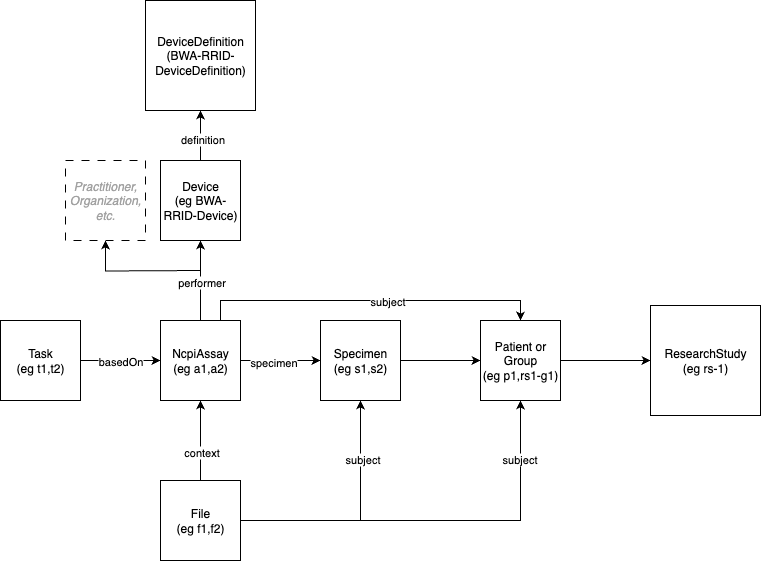
Earlier version of the draw.io export input/images/assay-usage.png (NIH-NCPI/ncpi-fhir-ig-2). Source tidied: cells renumbered, new cells last; positions are measured from the earlier drawing's top-left corner, leaving out a move shared by most shapes.
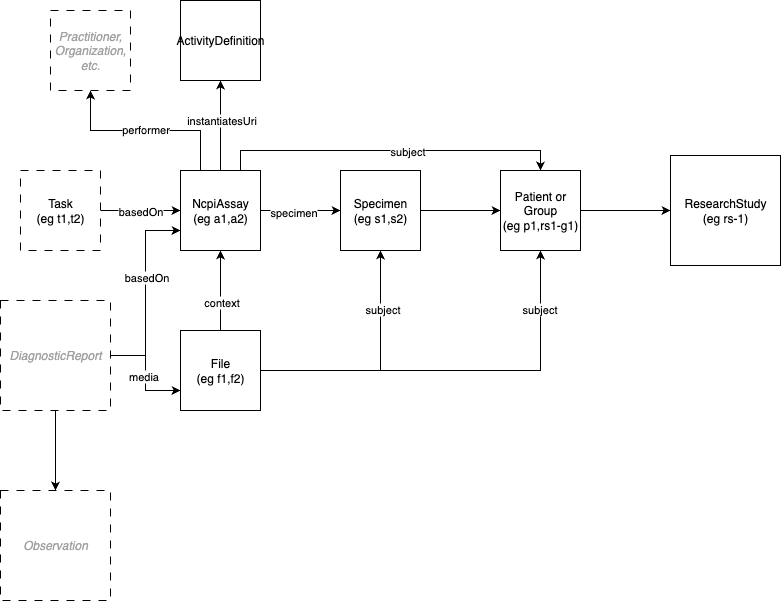
Above is the later version.

Commit message:
Adds DiagnosticReport, ActivityDefinition

What changed in the source:
```diff
@@ -10,7 +10,7 @@
         <mxPoint y="1" as="offset" />
       </mxGeometry>
     </mxCell>
-    <mxCell id="4" value="Task&lt;div&gt;(eg t1,t2)&lt;/div&gt;" style="whiteSpace=wrap;html=1;" parent="1" vertex="1">
+    <mxCell id="4" value="Task&lt;div&gt;(eg t1,t2)&lt;/div&gt;" style="whiteSpace=wrap;html=1;dashed=1;dashPattern=8 8;" parent="1" vertex="1">
       <mxGeometry y="320" width="80" height="80" as="geometry" />
     </mxCell>
     <mxCell id="5" style="edgeStyle=orthogonalEdgeStyle;rounded=0;jettySize=auto;html=1;" parent="1" edge="1" source="12" target="14">
@@ -21,14 +21,6 @@
         <mxPoint y="1" as="offset" />
       </mxGeometry>
     </mxCell>
-    <mxCell id="7" style="edgeStyle=orthogonalEdgeStyle;rounded=0;jettySize=auto;html=1;" parent="1" edge="1" source="12" target="27">
-      <mxGeometry relative="1" as="geometry" />
-    </mxCell>
-    <mxCell id="8" value="performer" style="edgeLabel;html=1;align=center;verticalAlign=middle;" parent="7" vertex="1">
-      <mxGeometry x="-0.01" relative="1" as="geometry">
-        <mxPoint y="1" as="offset" />
-      </mxGeometry>
-    </mxCell>
     <mxCell id="9" style="edgeStyle=orthogonalEdgeStyle;rounded=0;jettySize=auto;html=1;entryX=0.5;entryY=0;entryDx=0;entryDy=0;exitX=0.75;exitY=0;exitDx=0;exitDy=0;" parent="1" edge="1" source="12" target="16">
       <mxGeometry relative="1" as="geometry" />
     </mxCell>
@@ -37,11 +29,20 @@
         <mxPoint y="1" as="offset" />
       </mxGeometry>
     </mxCell>
-    <mxCell id="11" style="edgeStyle=orthogonalEdgeStyle;rounded=0;jettySize=auto;html=1;entryX=0.5;entryY=1;entryDx=0;entryDy=0;" parent="1" edge="1" target="29">
-      <mxGeometry relative="1" as="geometry">
-        <mxPoint x="200" y="270" as="sourcePoint" />
-      </mxGeometry>
-    </mxCell>
+    <mxCell id="30" style="edgeStyle=orthogonalEdgeStyle;rounded=0;jettySize=auto;html=1;entryX=0.5;entryY=1;entryDx=0;entryDy=0;exitX=0.25;exitY=0;exitDx=0;exitDy=0;" parent="1" edge="1" source="12" target="29">
+      <mxGeometry relative="1" as="geometry" />
+    </mxCell>
+    <mxCell id="8" value="performer" style="edgeLabel;html=1;align=center;verticalAlign=middle;" parent="30" vertex="1">
+      <mxGeometry x="0.01" y="-2" relative="1" as="geometry" />
+    </mxCell>
+    <mxCell id="31" style="edgeStyle=orthogonalEdgeStyle;rounded=0;jettySize=auto;html=1;" parent="1" edge="1" source="12" target="33">
+      <mxGeometry relative="1" as="geometry" />
+    </mxCell>
+    <mxCell id="32" value="instantiatesUri" style="edgeLabel;html=1;align=center;verticalAlign=middle;" parent="31" vertex="1">
+      <mxGeometry x="-0.12" y="-3" relative="1" as="geometry">
+        <mxPoint x="-3" y="-12" as="offset" />
+      </mxGeometry>
+    </mxCell>
     <mxCell id="12" value="NcpiAssay&lt;div&gt;(eg a1,a2)&lt;/div&gt;" style="whiteSpace=wrap;html=1;" parent="1" vertex="1">
       <mxGeometry x="160" y="320" width="80" height="80" as="geometry" />
     </mxCell>
@@ -85,22 +86,32 @@
     <mxCell id="24" value="File&lt;div&gt;(eg f1,f2)&lt;/div&gt;" style="whiteSpace=wrap;html=1;" parent="1" vertex="1">
       <mxGeometry x="160" y="480" width="80" height="80" as="geometry" />
     </mxCell>
-    <mxCell id="25" style="edgeStyle=orthogonalEdgeStyle;rounded=0;jettySize=auto;html=1;" parent="1" edge="1" source="27" target="28">
-      <mxGeometry relative="1" as="geometry" />
-    </mxCell>
-    <mxCell id="26" value="definition" style="edgeLabel;html=1;align=center;verticalAlign=middle;" parent="25" vertex="1">
-      <mxGeometry x="-0.1" y="-1" relative="1" as="geometry">
-        <mxPoint y="1" as="offset" />
-      </mxGeometry>
-    </mxCell>
-    <mxCell id="27" value="Device&lt;div&gt;(eg BWA-RRID-Device)&lt;/div&gt;" style="whiteSpace=wrap;html=1;" parent="1" vertex="1">
-      <mxGeometry x="160" y="160" width="80" height="80" as="geometry" />
-    </mxCell>
-    <mxCell id="28" value="DeviceDefinition&lt;div&gt;(BWA-RRID-DeviceDefinition)&lt;/div&gt;" style="whiteSpace=wrap;html=1;" parent="1" vertex="1">
-      <mxGeometry x="145" width="110" height="110" as="geometry" />
-    </mxCell>
     <mxCell id="29" value="&lt;span style=&quot;white-space: normal;&quot;&gt;&lt;i&gt;&lt;font style=&quot;color: rgb(161, 161, 161);&quot;&gt;Practitioner, Organization,&lt;/font&gt;&lt;/i&gt;&lt;/span&gt;&lt;div&gt;&lt;span style=&quot;white-space: normal;&quot;&gt;&lt;i&gt;&lt;font style=&quot;color: rgb(161, 161, 161);&quot;&gt;etc.&lt;/font&gt;&lt;/i&gt;&lt;/span&gt;&lt;/div&gt;" style="whiteSpace=wrap;html=1;dashed=1;dashPattern=8 8;" parent="1" vertex="1">
-      <mxGeometry x="65" y="160" width="80" height="80" as="geometry" />
+      <mxGeometry x="30" y="160" width="80" height="80" as="geometry" />
     </mxCell>
+    <mxCell id="33" value="ActivityDefinition" style="whiteSpace=wrap;html=1;" parent="1" vertex="1">
+      <mxGeometry x="160" y="150" width="80" height="80" as="geometry" />
+    </mxCell>
+    <mxCell id="34" style="edgeStyle=orthogonalEdgeStyle;rounded=0;jettySize=auto;html=1;entryX=0;entryY=0.75;entryDx=0;entryDy=0;" parent="1" edge="1" source="39" target="12">
+      <mxGeometry relative="1" as="geometry" />
+    </mxCell>
+    <mxCell id="35" value="basedOn" style="edgeLabel;html=1;align=center;verticalAlign=middle;" parent="34" vertex="1">
+      <mxGeometry x="0.17" relative="1" as="geometry" />
+    </mxCell>
+    <mxCell id="36" style="edgeStyle=orthogonalEdgeStyle;rounded=0;jettySize=auto;html=1;entryX=0;entryY=0.75;entryDx=0;entryDy=0;" parent="1" edge="1" source="39" target="24">
+      <mxGeometry relative="1" as="geometry" />
+    </mxCell>
+    <mxCell id="37" value="media" style="edgeLabel;html=1;align=center;verticalAlign=middle;" parent="36" vertex="1">
+      <mxGeometry x="0.05" y="-3" relative="1" as="geometry" />
+    </mxCell>
+    <mxCell id="38" style="edgeStyle=orthogonalEdgeStyle;rounded=0;jettySize=auto;html=1;" parent="1" edge="1" source="39" target="40">
+      <mxGeometry relative="1" as="geometry" />
+    </mxCell>
+    <mxCell id="39" value="&lt;font color=&quot;#a1a1a1&quot;&gt;&lt;i&gt;DiagnosticReport&lt;/i&gt;&lt;/font&gt;" style="whiteSpace=wrap;html=1;dashed=1;dashPattern=8 8;" parent="1" vertex="1">
+      <mxGeometry x="-20" y="450" width="110" height="110" as="geometry" />
+    </mxCell>
+    <mxCell id="40" value="&lt;font color=&quot;#a1a1a1&quot;&gt;&lt;i&gt;Observation&lt;/i&gt;&lt;/font&gt;" style="whiteSpace=wrap;html=1;dashed=1;dashPattern=8 8;" parent="1" vertex="1">
+      <mxGeometry x="-20" y="640" width="110" height="110" as="geometry" />
+    </mxCell>
   </root>
 </mxGraphModel>
```
